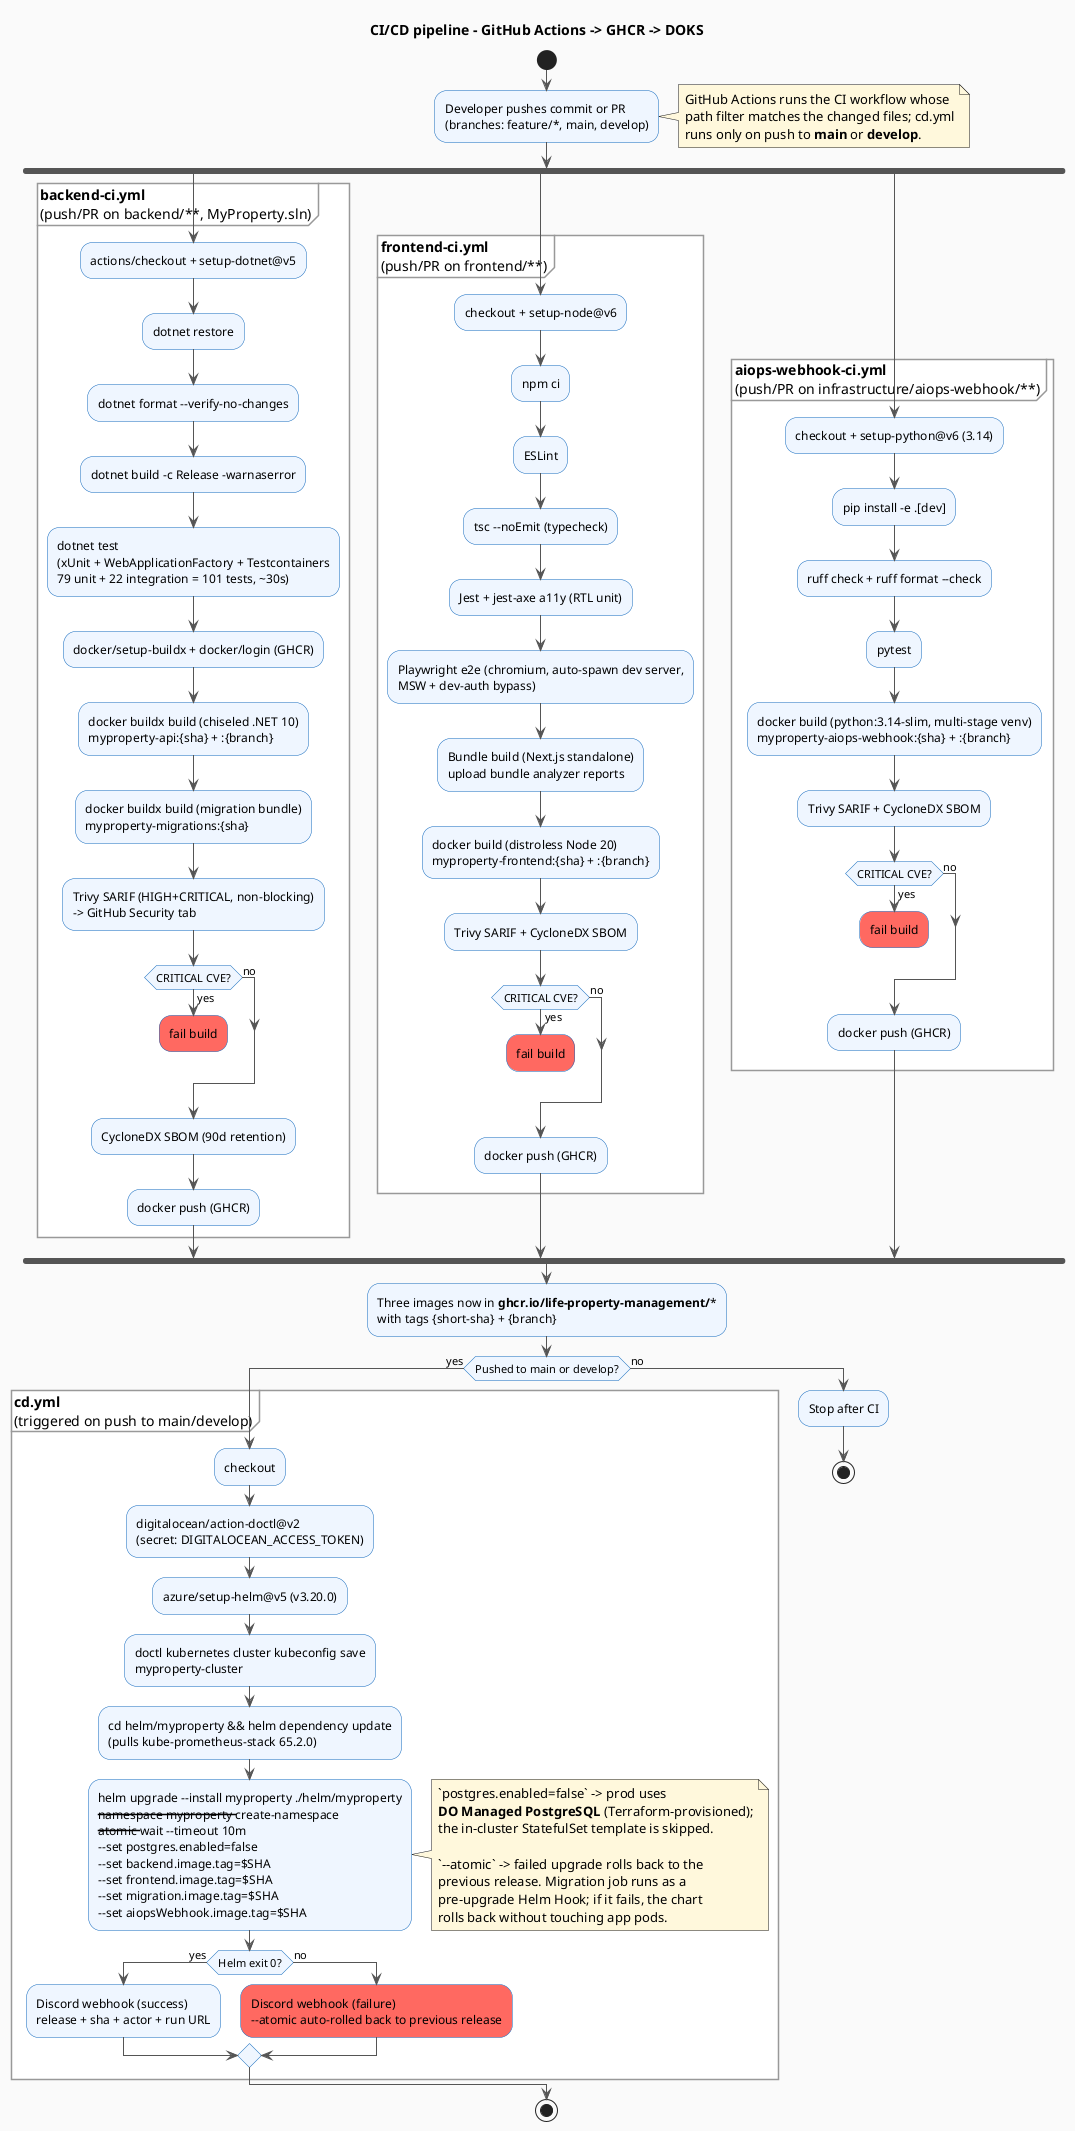
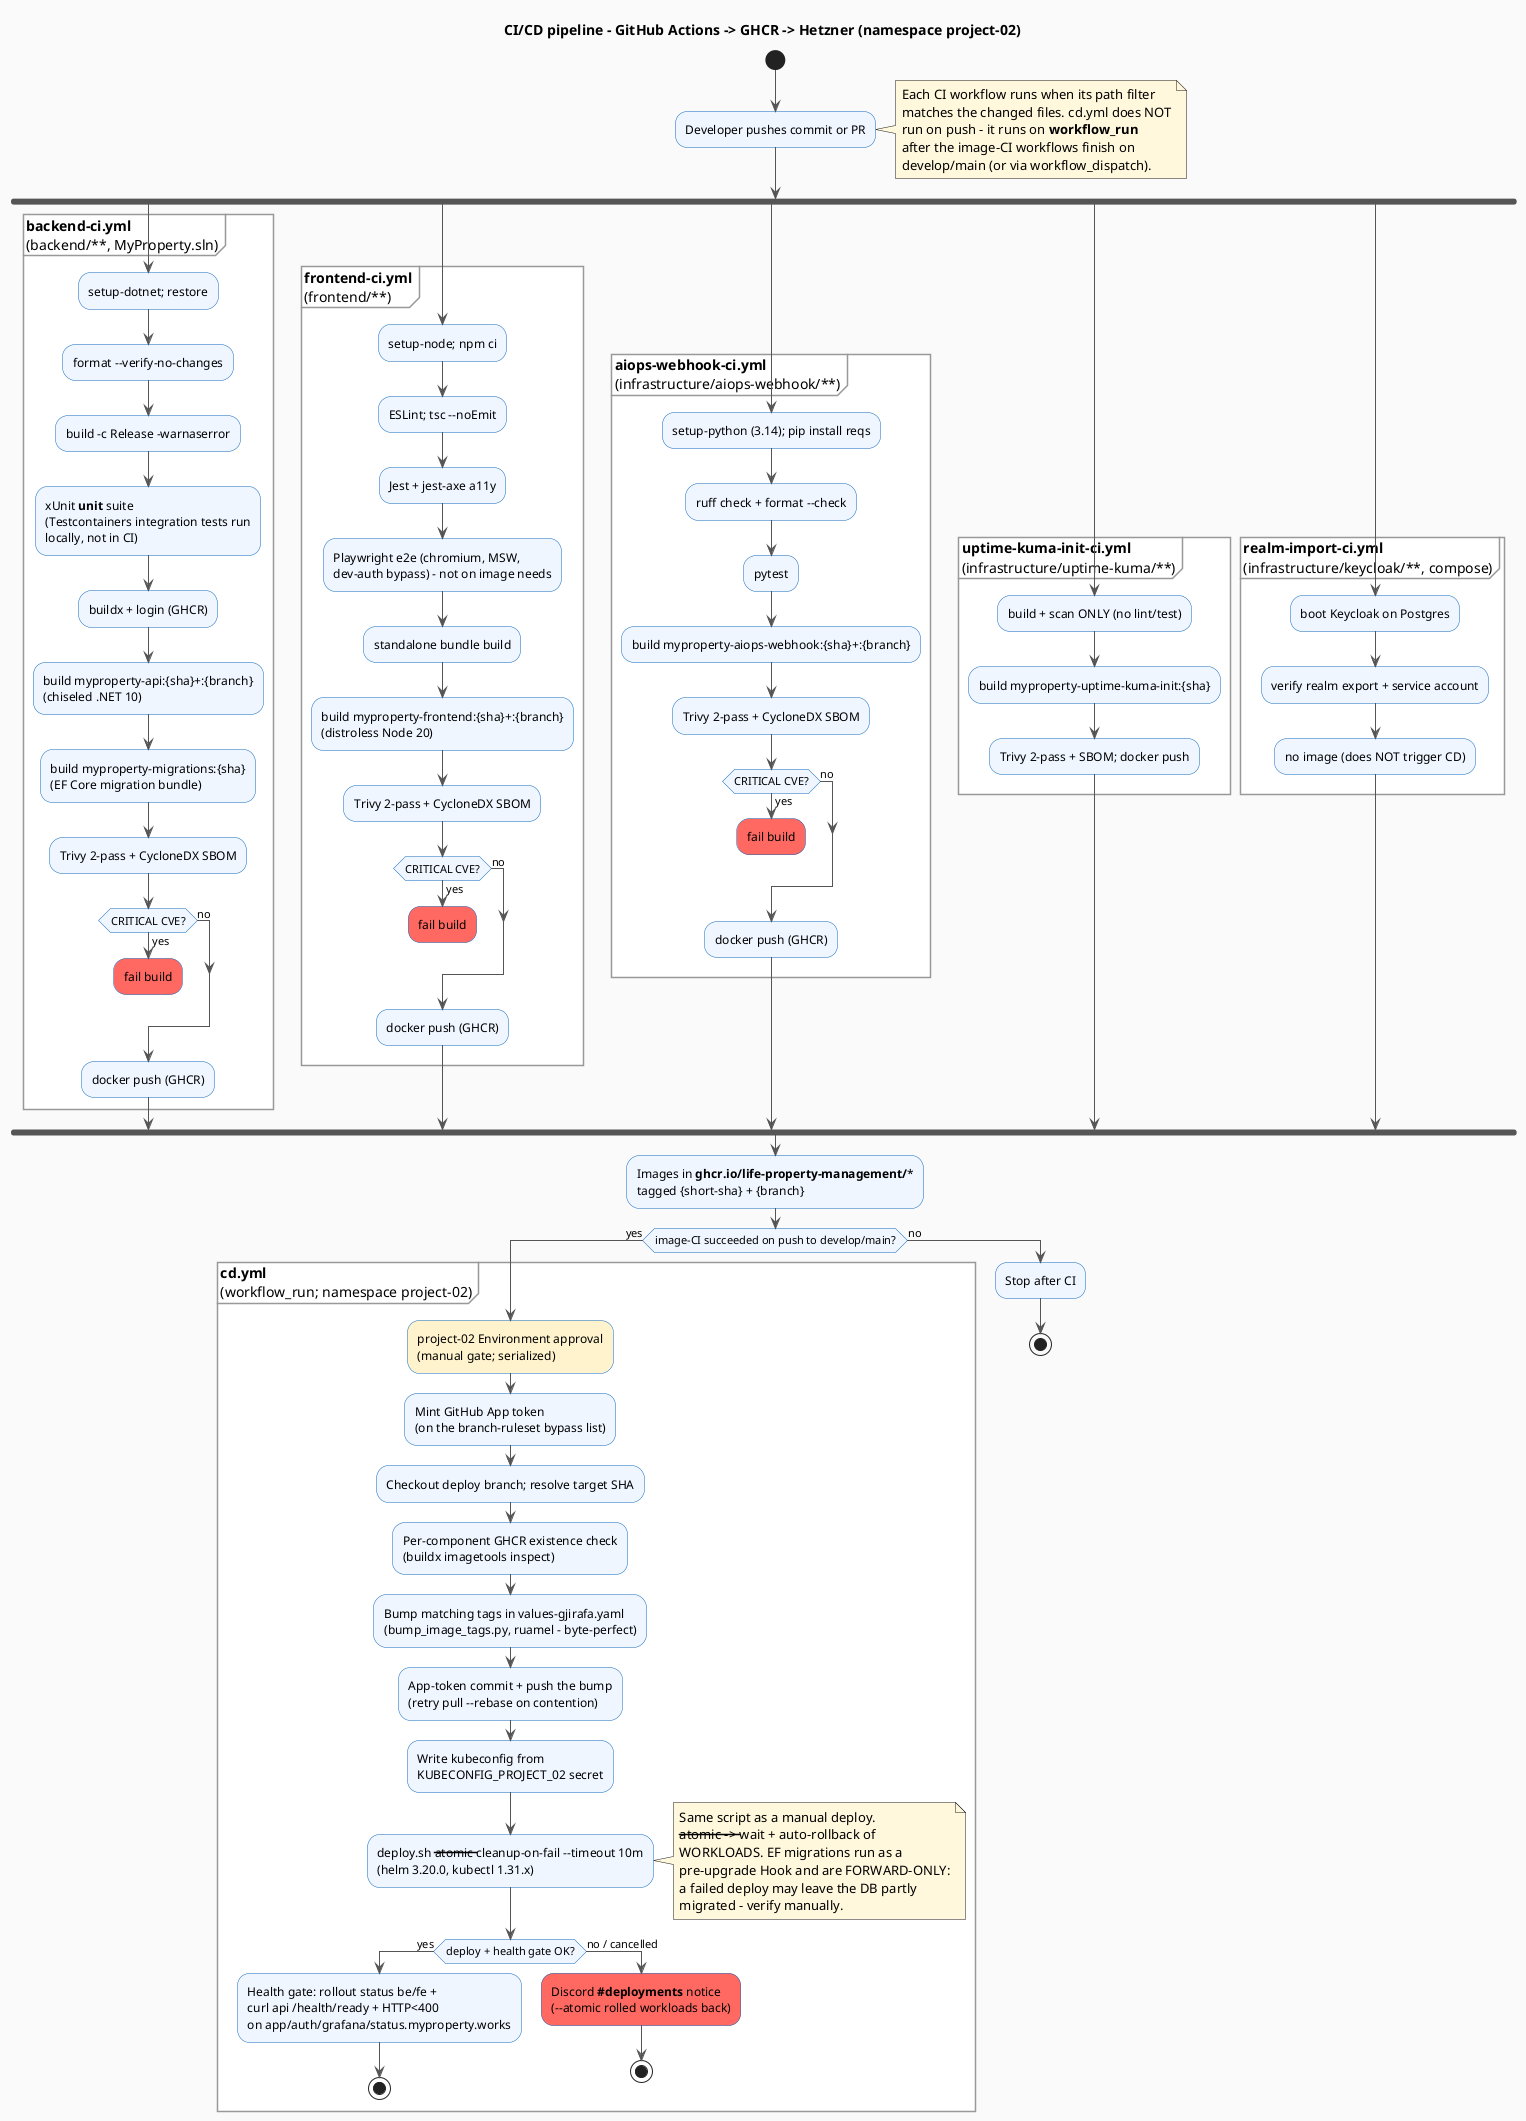
@startuml
- title CI/CD pipeline - GitHub Actions -> GHCR -> DOKS
+ title CI/CD pipeline - GitHub Actions -> GHCR -> Hetzner (namespace project-02)

skinparam BackgroundColor #FAFAFA
skinparam ActivityBackgroundColor #EFF6FF
skinparam ActivityBorderColor #1168bd
skinparam ActivityArrowColor #555
skinparam PartitionBorderColor #999
skinparam PartitionBackgroundColor #FFFFFF
skinparam NoteBackgroundColor #FFF8DC

start
- :Developer pushes commit or PR\n(branches: feature/*, main, develop);
+ :Developer pushes commit or PR;
note right
-   GitHub Actions runs the CI workflow whose
-   path filter matches the changed files; cd.yml
-   runs only on push to **main** or **develop**.
+   Each CI workflow runs when its path filter
+   matches the changed files. cd.yml does NOT
+   run on push - it runs on **workflow_run**
+   after the image-CI workflows finish on
+   develop/main (or via workflow_dispatch).
end note

fork
-   partition "**backend-ci.yml**\n(push/PR on backend/**, MyProperty.sln)" {
-     :actions/checkout + setup-dotnet@v5;
-     :dotnet restore;
-     :dotnet format --verify-no-changes;
-     :dotnet build -c Release -warnaserror;
-     :dotnet test\n(xUnit + WebApplicationFactory + Testcontainers\n79 unit + 22 integration = 101 tests, ~30s);
-     :docker/setup-buildx + docker/login (GHCR);
-     :docker buildx build (chiseled .NET 10)\nmyproperty-api:{sha} + :{branch};
-     :docker buildx build (migration bundle)\nmyproperty-migrations:{sha};
-     :Trivy SARIF (HIGH+CRITICAL, non-blocking)\n-> GitHub Security tab;
-     if (CRITICAL CVE?) then (yes)
-       #FF6961:fail build;
-       kill
-     else (no)
-     endif
-     :CycloneDX SBOM (90d retention);
-     :docker push (GHCR);
-   }
- fork again
-   partition "**frontend-ci.yml**\n(push/PR on frontend/**)" {
-     :checkout + setup-node@v6;
-     :npm ci;
-     :ESLint;
-     :tsc --noEmit (typecheck);
-     :Jest + jest-axe a11y (RTL unit);
-     :Playwright e2e (chromium, auto-spawn dev server,\nMSW + dev-auth bypass);
-     :Bundle build (Next.js standalone)\nupload bundle analyzer reports;
-     :docker build (distroless Node 20)\nmyproperty-frontend:{sha} + :{branch};
-     :Trivy SARIF + CycloneDX SBOM;
+   partition "**backend-ci.yml**\n(backend/**, MyProperty.sln)" {
+     :setup-dotnet; restore;
+     :format --verify-no-changes;
+     :build -c Release -warnaserror;
+     :xUnit **unit** suite\n(Testcontainers integration tests run\nlocally, not in CI);
+     :buildx + login (GHCR);
+     :build myproperty-api:{sha}+:{branch}\n(chiseled .NET 10);
+     :build myproperty-migrations:{sha}\n(EF Core migration bundle);
+     :Trivy 2-pass + CycloneDX SBOM;
    if (CRITICAL CVE?) then (yes)
      #FF6961:fail build;
      kill
    else (no)
    endif
    :docker push (GHCR);
  }
fork again
-   partition "**aiops-webhook-ci.yml**\n(push/PR on infrastructure/aiops-webhook/**)" {
-     :checkout + setup-python@v6 (3.14);
-     :pip install -e .[dev];
-     :ruff check + ruff format --check;
-     :pytest;
-     :docker build (python:3.14-slim, multi-stage venv)\nmyproperty-aiops-webhook:{sha} + :{branch};
-     :Trivy SARIF + CycloneDX SBOM;
+   partition "**frontend-ci.yml**\n(frontend/**)" {
+     :setup-node; npm ci;
+     :ESLint; tsc --noEmit;
+     :Jest + jest-axe a11y;
+     :Playwright e2e (chromium, MSW,\ndev-auth bypass) - not on image needs;
+     :standalone bundle build;
+     :build myproperty-frontend:{sha}+:{branch}\n(distroless Node 20);
+     :Trivy 2-pass + CycloneDX SBOM;
    if (CRITICAL CVE?) then (yes)
      #FF6961:fail build;
      kill
    else (no)
    endif
    :docker push (GHCR);
  }
+ fork again
+   partition "**aiops-webhook-ci.yml**\n(infrastructure/aiops-webhook/**)" {
+     :setup-python (3.14); pip install reqs;
+     :ruff check + format --check;
+     :pytest;
+     :build myproperty-aiops-webhook:{sha}+:{branch};
+     :Trivy 2-pass + CycloneDX SBOM;
+     if (CRITICAL CVE?) then (yes)
+       #FF6961:fail build;
+       kill
+     else (no)
+     endif
+     :docker push (GHCR);
+   }
+ fork again
+   partition "**uptime-kuma-init-ci.yml**\n(infrastructure/uptime-kuma/**)" {
+     :build + scan ONLY (no lint/test);
+     :build myproperty-uptime-kuma-init:{sha};
+     :Trivy 2-pass + SBOM; docker push;
+   }
+ fork again
+   partition "**realm-import-ci.yml**\n(infrastructure/keycloak/**, compose)" {
+     :boot Keycloak on Postgres;
+     :verify realm export + service account;
+     :no image (does NOT trigger CD);
+   }
end fork

- :Three images now in **ghcr.io/life-property-management/***\nwith tags {short-sha} + {branch};
+ :Images in **ghcr.io/life-property-management/***\ntagged {short-sha} + {branch};

- if (Pushed to main or develop?) then (yes)
-   partition "**cd.yml**\n(triggered on push to main/develop)" {
-     :checkout;
-     :digitalocean/action-doctl@v2\n(secret: DIGITALOCEAN_ACCESS_TOKEN);
-     :azure/setup-helm@v5 (v3.20.0);
-     :doctl kubernetes cluster kubeconfig save\nmyproperty-cluster;
-     :cd helm/myproperty && helm dependency update\n(pulls kube-prometheus-stack 65.2.0);
-     :helm upgrade --install myproperty ./helm/myproperty\n--namespace myproperty --create-namespace\n--atomic --wait --timeout 10m\n--set postgres.enabled=false\n--set backend.image.tag=$SHA\n--set frontend.image.tag=$SHA\n--set migration.image.tag=$SHA\n--set aiopsWebhook.image.tag=$SHA;
+ if (image-CI succeeded on push to develop/main?) then (yes)
+   partition "**cd.yml**\n(workflow_run; namespace project-02)" {
+     #FFF3CD:project-02 Environment approval\n(manual gate; serialized);
+     :Mint GitHub App token\n(on the branch-ruleset bypass list);
+     :Checkout deploy branch; resolve target SHA;
+     :Per-component GHCR existence check\n(buildx imagetools inspect);
+     :Bump matching tags in values-gjirafa.yaml\n(bump_image_tags.py, ruamel - byte-perfect);
+     :App-token commit + push the bump\n(retry pull --rebase on contention);
+     :Write kubeconfig from\nKUBECONFIG_PROJECT_02 secret;
+     :deploy.sh --atomic --cleanup-on-fail --timeout 10m\n(helm 3.20.0, kubectl 1.31.x);
    note right
-       `postgres.enabled=false` -> prod uses
-       **DO Managed PostgreSQL** (Terraform-provisioned);
-       the in-cluster StatefulSet template is skipped.
- 
-       `--atomic` -> failed upgrade rolls back to the
-       previous release. Migration job runs as a
-       pre-upgrade Helm Hook; if it fails, the chart
-       rolls back without touching app pods.
+       Same script as a manual deploy.
+       --atomic -> --wait + auto-rollback of
+       WORKLOADS. EF migrations run as a
+       pre-upgrade Hook and are FORWARD-ONLY:
+       a failed deploy may leave the DB partly
+       migrated - verify manually.
    end note
-     if (Helm exit 0?) then (yes)
-       :Discord webhook (success)\nrelease + sha + actor + run URL;
-     else (no)
-       #FF6961:Discord webhook (failure)\n--atomic auto-rolled back to previous release;
+     if (deploy + health gate OK?) then (yes)
+       :Health gate: rollout status be/fe +\ncurl api /health/ready + HTTP<400\non app/auth/grafana/status.myproperty.works;
+       stop
+     else (no / cancelled)
+       #FF6961:Discord **#deployments** notice\n(--atomic rolled workloads back);
+       stop
    endif
  }
else (no)
  :Stop after CI;
  stop
endif

- stop
@enduml
